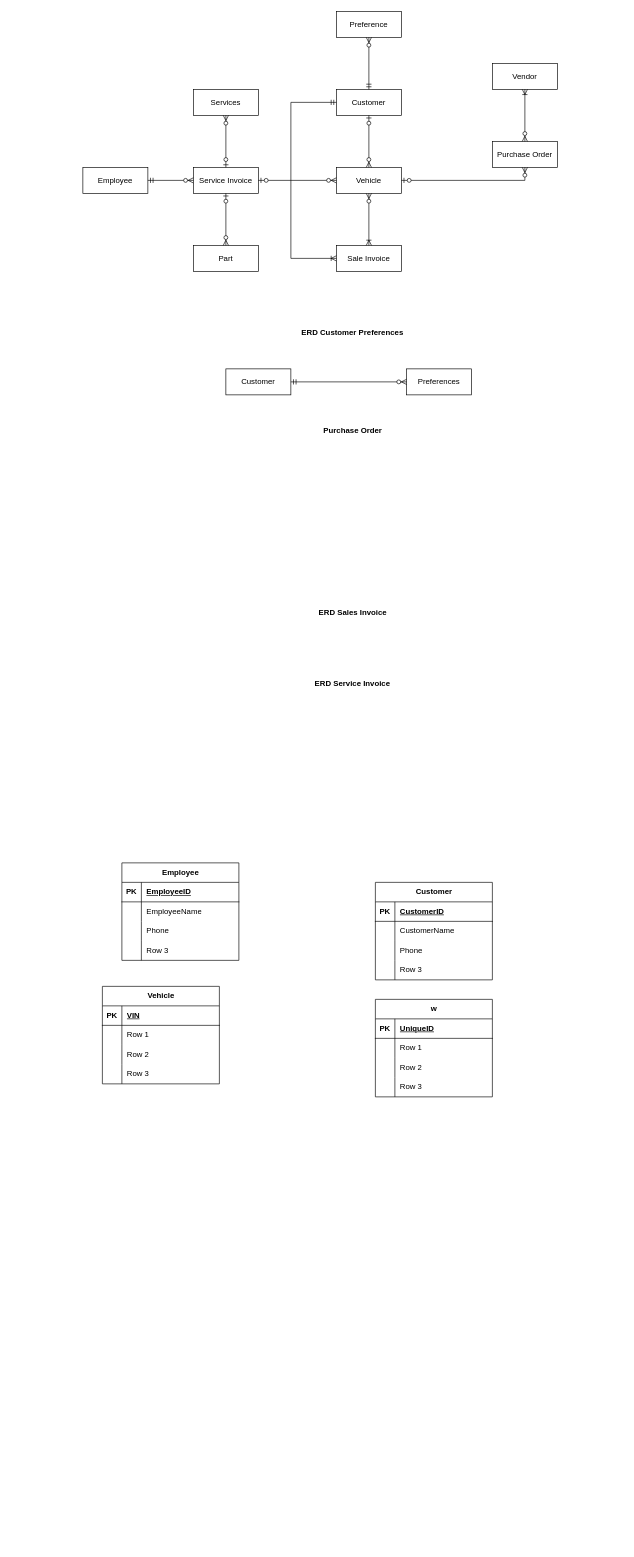
Before: ERDProject.drawio in jocamp11/BUS393Project, a draw.io diagram. Source tidied: cells renumbered, new cells numbered last; positions are measured from the earlier drawing's top-left corner, leaving out a move shared by most shapes. Both pictures are drawn from the tidied source at 65%, with x=0, y=0 at pixel (83, 11).
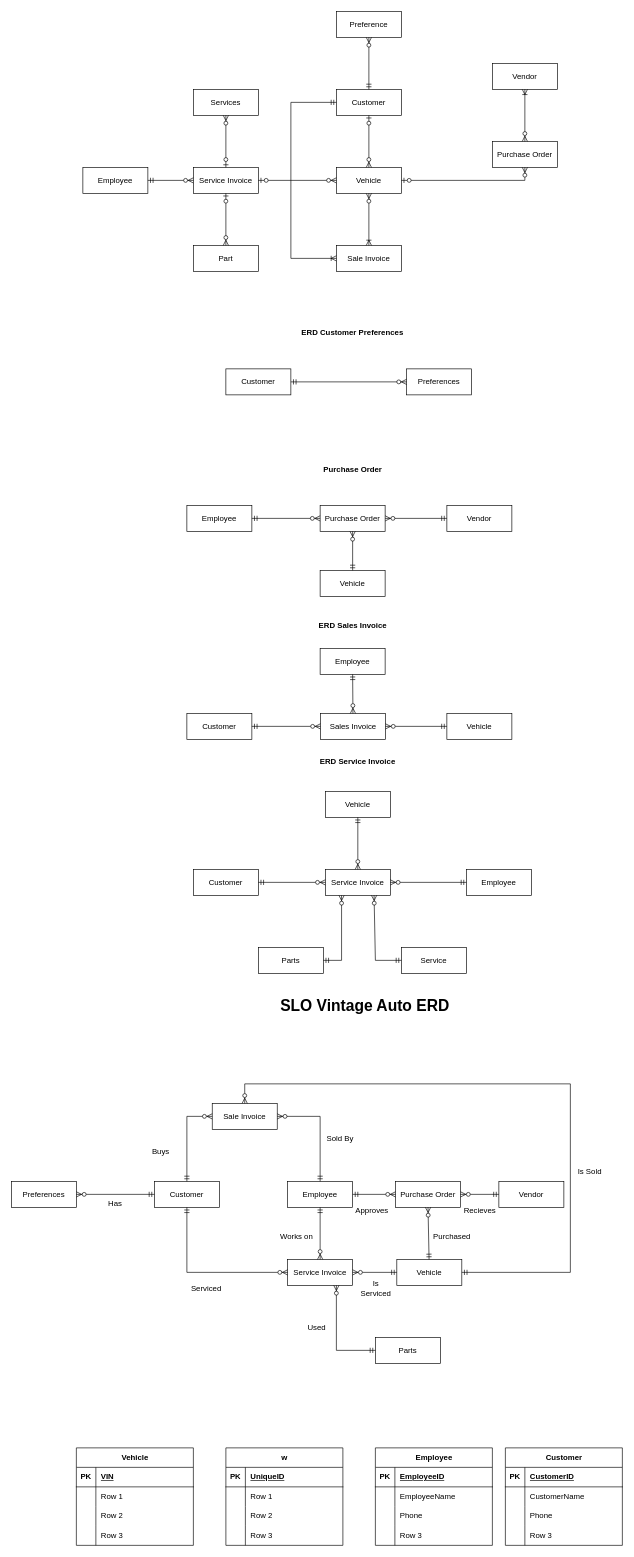
The same page after the edit.

What changed in the source:
```diff
@@
     <mxCell id="11" value="Employee" style="shape=table;startSize=30;childLayout=tableLayout;rowLines=0;fontStyle=1;align=center;html=1;" parent="1" vertex="1">
-      <mxGeometry x="60" y="1310" width="180" height="150" as="geometry" />
+      <mxGeometry x="450" y="2210" width="180" height="150" as="geometry" />
     </mxCell>
@@
     <mxCell id="24" value="Customer" style="shape=table;startSize=30;childLayout=tableLayout;rowLines=0;fontStyle=1;align=center;html=1;" parent="1" vertex="1">
-      <mxGeometry x="450" y="1340" width="180" height="150" as="geometry" />
+      <mxGeometry x="650" y="2210" width="180" height="150" as="geometry" />
     </mxCell>
@@
     <mxCell id="47" value="Vehicle" style="shape=table;startSize=30;childLayout=tableLayout;rowLines=0;fontStyle=1;align=center;html=1;" parent="1" vertex="1">
-      <mxGeometry x="30" y="1500" width="180" height="150" as="geometry" />
+      <mxGeometry x="-10" y="2210" width="180" height="150" as="geometry" />
     </mxCell>
@@
     <mxCell id="60" value="w" style="shape=table;startSize=30;childLayout=tableLayout;rowLines=0;fontStyle=1;align=center;html=1;" parent="1" vertex="1">
-      <mxGeometry x="450" y="1520" width="180" height="150" as="geometry" />
+      <mxGeometry x="220" y="2210" width="180" height="150" as="geometry" />
     </mxCell>
@@
     <mxCell id="75" value="&lt;b&gt;ERD Sales Invoice&lt;/b&gt;" style="text;html=1;strokeColor=none;fillColor=none;align=center;verticalAlign=middle;whiteSpace=wrap;rounded=0;" parent="1" vertex="1">
-      <mxGeometry x="333" y="910" width="165" height="30" as="geometry" />
+      <mxGeometry x="333" y="930" width="165" height="30" as="geometry" />
     </mxCell>
     <mxCell id="76" value="&lt;b&gt;ERD Service Invoice&lt;/b&gt;" style="text;html=1;strokeColor=none;fillColor=none;align=center;verticalAlign=middle;whiteSpace=wrap;rounded=0;" parent="1" vertex="1">
-      <mxGeometry x="325" y="1020" width="180" height="30" as="geometry" />
+      <mxGeometry x="333" y="1140" width="180" height="30" as="geometry" />
     </mxCell>
     <mxCell id="77" value="&lt;b&gt;Purchase Order&lt;/b&gt;" style="text;html=1;strokeColor=none;fillColor=none;align=center;verticalAlign=middle;whiteSpace=wrap;rounded=0;" parent="1" vertex="1">
-      <mxGeometry x="348" y="630" width="135" height="30" as="geometry" />
+      <mxGeometry x="348" y="690" width="135" height="30" as="geometry" />
     </mxCell>
@@
+    <mxCell id="81" value="Employee" style="whiteSpace=wrap;html=1;align=center;" parent="1" vertex="1">
+      <mxGeometry x="160" y="760" width="100" height="40" as="geometry" />
+    </mxCell>
+    <mxCell id="82" value="Purchase Order" style="whiteSpace=wrap;html=1;align=center;" parent="1" vertex="1">
+      <mxGeometry x="365" y="760" width="100" height="40" as="geometry" />
+    </mxCell>
+    <mxCell id="83" value="Vendor" style="whiteSpace=wrap;html=1;align=center;" parent="1" vertex="1">
+      <mxGeometry x="560" y="760" width="100" height="40" as="geometry" />
+    </mxCell>
+    <mxCell id="84" value="Vehicle" style="whiteSpace=wrap;html=1;align=center;" parent="1" vertex="1">
+      <mxGeometry x="365" y="860" width="100" height="40" as="geometry" />
+    </mxCell>
+    <mxCell id="85" value="Sales Invoice" style="whiteSpace=wrap;html=1;align=center;" parent="1" vertex="1">
+      <mxGeometry x="365.5" y="1080" width="100" height="40" as="geometry" />
+    </mxCell>
+    <mxCell id="86" value="Customer" style="whiteSpace=wrap;html=1;align=center;" parent="1" vertex="1">
+      <mxGeometry x="160" y="1080" width="100" height="40" as="geometry" />
+    </mxCell>
+    <mxCell id="87" value="Employee" style="whiteSpace=wrap;html=1;align=center;" parent="1" vertex="1">
+      <mxGeometry x="365" y="980" width="100" height="40" as="geometry" />
+    </mxCell>
+    <mxCell id="88" value="Vehicle" style="whiteSpace=wrap;html=1;align=center;" parent="1" vertex="1">
+      <mxGeometry x="560" y="1080" width="100" height="40" as="geometry" />
+    </mxCell>
+    <mxCell id="89" value="Service Invoice" style="whiteSpace=wrap;html=1;align=center;" parent="1" vertex="1">
+      <mxGeometry x="373" y="1320" width="100" height="40" as="geometry" />
+    </mxCell>
+    <mxCell id="90" value="Customer" style="whiteSpace=wrap;html=1;align=center;" parent="1" vertex="1">
+      <mxGeometry x="170" y="1320" width="100" height="40" as="geometry" />
+    </mxCell>
+    <mxCell id="91" value="Parts" style="whiteSpace=wrap;html=1;align=center;" parent="1" vertex="1">
+      <mxGeometry x="270" y="1440" width="100" height="40" as="geometry" />
+    </mxCell>
+    <mxCell id="92" value="Service" style="whiteSpace=wrap;html=1;align=center;" parent="1" vertex="1">
+      <mxGeometry x="490" y="1440" width="100" height="40" as="geometry" />
+    </mxCell>
+    <mxCell id="93" value="Employee" style="whiteSpace=wrap;html=1;align=center;" parent="1" vertex="1">
+      <mxGeometry x="590" y="1320" width="100" height="40" as="geometry" />
+    </mxCell>
+    <mxCell id="94" value="&lt;div&gt;Vehicle&lt;/div&gt;" style="whiteSpace=wrap;html=1;align=center;" parent="1" vertex="1">
+      <mxGeometry x="373" y="1200" width="100" height="40" as="geometry" />
+    </mxCell>
+    <mxCell id="95" style="fontSize=12;html=1;endArrow=ERzeroToMany;startArrow=ERmandOne;rounded=0;exitX=0.5;exitY=1;exitDx=0;exitDy=0;entryX=0.5;entryY=0;entryDx=0;entryDy=0;" parent="1" edge="1" source="94" target="89">
+      <mxGeometry relative="1" as="geometry" />
+    </mxCell>
+    <mxCell id="96" style="fontSize=12;html=1;endArrow=ERzeroToMany;startArrow=ERmandOne;rounded=0;exitX=1;exitY=0.5;exitDx=0;exitDy=0;entryX=0.25;entryY=1;entryDx=0;entryDy=0;" parent="1" edge="1" source="91" target="89">
+      <mxGeometry relative="1" as="geometry">
+        <Array as="points">
+          <mxPoint x="398" y="1460" />
+        </Array>
+      </mxGeometry>
+    </mxCell>
+    <mxCell id="97" style="fontSize=12;html=1;endArrow=ERzeroToMany;startArrow=ERmandOne;rounded=0;exitX=0;exitY=0.5;exitDx=0;exitDy=0;entryX=0.75;entryY=1;entryDx=0;entryDy=0;" parent="1" edge="1" source="92" target="89">
+      <mxGeometry relative="1" as="geometry">
+        <Array as="points">
+          <mxPoint x="450" y="1460" />
+        </Array>
+      </mxGeometry>
+    </mxCell>
+    <mxCell id="98" style="fontSize=12;html=1;endArrow=ERzeroToMany;startArrow=ERmandOne;rounded=0;entryX=0;entryY=0.5;entryDx=0;entryDy=0;" parent="1" edge="1" target="89">
+      <mxGeometry relative="1" as="geometry">
+        <mxPoint x="270" y="1340" as="sourcePoint" />
+      </mxGeometry>
+    </mxCell>
+    <mxCell id="99" style="fontSize=12;html=1;endArrow=ERzeroToMany;startArrow=ERmandOne;rounded=0;entryX=1;entryY=0.5;entryDx=0;entryDy=0;exitX=0;exitY=0.5;exitDx=0;exitDy=0;" parent="1" edge="1" source="93" target="89">
+      <mxGeometry relative="1" as="geometry" />
+    </mxCell>
+    <mxCell id="100" style="fontSize=12;html=1;endArrow=ERzeroToMany;startArrow=ERmandOne;rounded=0;exitX=0.5;exitY=1;exitDx=0;exitDy=0;entryX=0.5;entryY=0;entryDx=0;entryDy=0;" parent="1" edge="1" source="87" target="85">
+      <mxGeometry relative="1" as="geometry" />
+    </mxCell>
+    <mxCell id="101" style="fontSize=12;html=1;endArrow=ERzeroToMany;startArrow=ERmandOne;rounded=0;entryX=1;entryY=0.5;entryDx=0;entryDy=0;exitX=0;exitY=0.5;exitDx=0;exitDy=0;" parent="1" edge="1" source="88" target="85">
+      <mxGeometry relative="1" as="geometry" />
+    </mxCell>
+    <mxCell id="102" style="fontSize=12;html=1;endArrow=ERzeroToMany;startArrow=ERmandOne;rounded=0;entryX=0;entryY=0.5;entryDx=0;entryDy=0;exitX=1;exitY=0.5;exitDx=0;exitDy=0;" parent="1" edge="1" source="86" target="85">
+      <mxGeometry relative="1" as="geometry" />
+    </mxCell>
+    <mxCell id="103" style="fontSize=12;html=1;endArrow=ERzeroToMany;startArrow=ERmandOne;rounded=0;entryX=0;entryY=0.5;entryDx=0;entryDy=0;exitX=1;exitY=0.5;exitDx=0;exitDy=0;" parent="1" edge="1" source="81" target="82">
+      <mxGeometry relative="1" as="geometry" />
+    </mxCell>
+    <mxCell id="104" style="fontSize=12;html=1;endArrow=ERzeroToMany;startArrow=ERmandOne;rounded=0;entryX=0.5;entryY=1;entryDx=0;entryDy=0;" parent="1" edge="1" source="84" target="82">
+      <mxGeometry relative="1" as="geometry" />
+    </mxCell>
+    <mxCell id="105" style="fontSize=12;html=1;endArrow=ERzeroToMany;startArrow=ERmandOne;rounded=0;entryX=1;entryY=0.5;entryDx=0;entryDy=0;exitX=0;exitY=0.5;exitDx=0;exitDy=0;" parent="1" edge="1" source="83" target="82">
+      <mxGeometry relative="1" as="geometry" />
+    </mxCell>
+    <mxCell id="106" value="&lt;h1&gt;SLO Vintage Auto ERD&lt;/h1&gt;&lt;p&gt;&lt;br&gt;&lt;/p&gt;" style="text;html=1;strokeColor=none;fillColor=none;spacing=5;spacingTop=-20;whiteSpace=wrap;overflow=hidden;rounded=0;" parent="1" vertex="1">
+      <mxGeometry x="299" y="1510" width="282" height="40" as="geometry" />
+    </mxCell>
+    <mxCell id="107" value="Customer" style="whiteSpace=wrap;html=1;align=center;" parent="1" vertex="1">
+      <mxGeometry x="110" y="1800" width="100" height="40" as="geometry" />
+    </mxCell>
+    <mxCell id="108" value="&lt;div&gt;Preferences&lt;/div&gt;" style="whiteSpace=wrap;html=1;align=center;" parent="1" vertex="1">
+      <mxGeometry x="-110" y="1800" width="100" height="40" as="geometry" />
+    </mxCell>
+    <mxCell id="109" style="fontSize=12;html=1;endArrow=ERzeroToMany;startArrow=ERmandOne;rounded=0;entryX=1;entryY=0.5;entryDx=0;entryDy=0;exitX=0;exitY=0.5;exitDx=0;exitDy=0;" parent="1" edge="1" source="107" target="108">
+      <mxGeometry relative="1" as="geometry" />
+    </mxCell>
+    <mxCell id="110" value="&lt;div&gt;Purchase Order&lt;/div&gt;" style="whiteSpace=wrap;html=1;align=center;" parent="1" vertex="1">
+      <mxGeometry x="481" y="1800" width="100" height="40" as="geometry" />
+    </mxCell>
+    <mxCell id="111" value="Sale Invoice" style="whiteSpace=wrap;html=1;align=center;" parent="1" vertex="1">
+      <mxGeometry x="199" y="1680" width="100" height="40" as="geometry" />
+    </mxCell>
+    <mxCell id="112" value="&lt;div&gt;Service Invoice&lt;/div&gt;" style="whiteSpace=wrap;html=1;align=center;" parent="1" vertex="1">
+      <mxGeometry x="315" y="1920" width="100" height="40" as="geometry" />
+    </mxCell>
+    <mxCell id="113" style="fontSize=12;html=1;endArrow=ERzeroToMany;startArrow=ERmandOne;rounded=0;entryX=0;entryY=0.5;entryDx=0;entryDy=0;exitX=0.5;exitY=0;exitDx=0;exitDy=0;" parent="1" edge="1" source="107" target="111">
+      <mxGeometry relative="1" as="geometry">
+        <Array as="points">
+          <mxPoint x="160" y="1700" />
+        </Array>
+      </mxGeometry>
+    </mxCell>
+    <mxCell id="114" style="fontSize=12;html=1;endArrow=ERzeroToMany;startArrow=ERmandOne;rounded=0;entryX=0;entryY=0.5;entryDx=0;entryDy=0;exitX=0.5;exitY=1;exitDx=0;exitDy=0;" parent="1" edge="1" source="107" target="112">
+      <mxGeometry relative="1" as="geometry">
+        <Array as="points">
+          <mxPoint x="160" y="1940" />
+        </Array>
+      </mxGeometry>
+    </mxCell>
+    <mxCell id="115" value="Vendor" style="whiteSpace=wrap;html=1;align=center;" parent="1" vertex="1">
+      <mxGeometry x="640" y="1800" width="100" height="40" as="geometry" />
+    </mxCell>
+    <mxCell id="116" style="fontSize=12;html=1;endArrow=ERzeroToMany;startArrow=ERmandOne;rounded=0;entryX=1;entryY=0.5;entryDx=0;entryDy=0;exitX=0;exitY=0.5;exitDx=0;exitDy=0;" parent="1" edge="1" source="115" target="110">
+      <mxGeometry relative="1" as="geometry" />
+    </mxCell>
+    <mxCell id="117" value="Employee" style="whiteSpace=wrap;html=1;align=center;" parent="1" vertex="1">
+      <mxGeometry x="315" y="1800" width="100" height="40" as="geometry" />
+    </mxCell>
+    <mxCell id="118" style="fontSize=12;html=1;endArrow=ERzeroToMany;startArrow=ERmandOne;rounded=0;entryX=0;entryY=0.5;entryDx=0;entryDy=0;exitX=1;exitY=0.5;exitDx=0;exitDy=0;" parent="1" edge="1" source="117" target="110">
+      <mxGeometry relative="1" as="geometry" />
+    </mxCell>
+    <mxCell id="119" value="Parts" style="whiteSpace=wrap;html=1;align=center;" parent="1" vertex="1">
+      <mxGeometry x="450" y="2040" width="100" height="40" as="geometry" />
+    </mxCell>
+    <mxCell id="120" style="fontSize=12;html=1;endArrow=ERzeroToMany;startArrow=ERmandOne;rounded=0;entryX=0.75;entryY=1;entryDx=0;entryDy=0;exitX=0;exitY=0.5;exitDx=0;exitDy=0;" parent="1" edge="1" source="119" target="112">
+      <mxGeometry relative="1" as="geometry">
+        <Array as="points">
+          <mxPoint x="390" y="2060" />
+        </Array>
+      </mxGeometry>
+    </mxCell>
+    <mxCell id="121" style="fontSize=12;html=1;endArrow=ERzeroToMany;startArrow=ERmandOne;rounded=0;entryX=0.5;entryY=0;entryDx=0;entryDy=0;exitX=0.5;exitY=1;exitDx=0;exitDy=0;" parent="1" edge="1" source="117" target="112">
+      <mxGeometry relative="1" as="geometry" />
+    </mxCell>
+    <mxCell id="122" style="fontSize=12;html=1;endArrow=ERzeroToMany;startArrow=ERmandOne;rounded=0;entryX=1;entryY=0.5;entryDx=0;entryDy=0;exitX=0.5;exitY=0;exitDx=0;exitDy=0;" parent="1" edge="1" source="117" target="111">
+      <mxGeometry relative="1" as="geometry">
+        <Array as="points">
+          <mxPoint x="365" y="1700" />
+        </Array>
+      </mxGeometry>
+    </mxCell>
+    <mxCell id="123" value="Vehicle" style="whiteSpace=wrap;html=1;align=center;" parent="1" vertex="1">
+      <mxGeometry x="483" y="1920" width="100" height="40" as="geometry" />
+    </mxCell>
+    <mxCell id="124" style="fontSize=12;html=1;endArrow=ERzeroToMany;startArrow=ERmandOne;rounded=0;entryX=0.5;entryY=1;entryDx=0;entryDy=0;" parent="1" edge="1" source="123" target="110">
+      <mxGeometry relative="1" as="geometry" />
+    </mxCell>
+    <mxCell id="125" style="fontSize=12;html=1;endArrow=ERzeroToMany;startArrow=ERmandOne;rounded=0;entryX=1;entryY=0.5;entryDx=0;entryDy=0;exitX=0;exitY=0.5;exitDx=0;exitDy=0;" parent="1" edge="1" source="123" target="112">
+      <mxGeometry relative="1" as="geometry" />
+    </mxCell>
+    <mxCell id="126" style="fontSize=12;html=1;endArrow=ERzeroToMany;startArrow=ERmandOne;rounded=0;exitX=1;exitY=0.5;exitDx=0;exitDy=0;entryX=0.5;entryY=0;entryDx=0;entryDy=0;" parent="1" edge="1" source="123" target="111">
+      <mxGeometry relative="1" as="geometry">
+        <Array as="points">
+          <mxPoint x="750" y="1940" />
+          <mxPoint x="750" y="1650" />
+          <mxPoint x="249" y="1650" />
+        </Array>
+      </mxGeometry>
+    </mxCell>
+    <mxCell id="127" value="Has" style="text;html=1;strokeColor=none;fillColor=none;align=center;verticalAlign=middle;whiteSpace=wrap;rounded=0;" parent="1" vertex="1">
+      <mxGeometry x="20" y="1820" width="60" height="30" as="geometry" />
+    </mxCell>
+    <mxCell id="128" value="Approves" style="text;html=1;strokeColor=none;fillColor=none;align=center;verticalAlign=middle;whiteSpace=wrap;rounded=0;" parent="1" vertex="1">
+      <mxGeometry x="415" y="1830" width="60" height="30" as="geometry" />
+    </mxCell>
+    <mxCell id="129" value="Recieves" style="text;html=1;strokeColor=none;fillColor=none;align=center;verticalAlign=middle;whiteSpace=wrap;rounded=0;" parent="1" vertex="1">
+      <mxGeometry x="581" y="1830" width="60" height="30" as="geometry" />
+    </mxCell>
+    <mxCell id="130" value="Is Serviced" style="text;html=1;strokeColor=none;fillColor=none;align=center;verticalAlign=middle;whiteSpace=wrap;rounded=0;" parent="1" vertex="1">
+      <mxGeometry x="421" y="1950" width="60" height="30" as="geometry" />
+    </mxCell>
+    <mxCell id="131" value="Purchased" style="text;html=1;strokeColor=none;fillColor=none;align=center;verticalAlign=middle;whiteSpace=wrap;rounded=0;" parent="1" vertex="1">
+      <mxGeometry x="538" y="1870" width="60" height="30" as="geometry" />
+    </mxCell>
+    <mxCell id="132" value="Works on" style="text;html=1;strokeColor=none;fillColor=none;align=center;verticalAlign=middle;whiteSpace=wrap;rounded=0;" parent="1" vertex="1">
+      <mxGeometry x="299" y="1870" width="60" height="30" as="geometry" />
+    </mxCell>
+    <mxCell id="133" value="Is Sold" style="text;html=1;strokeColor=none;fillColor=none;align=center;verticalAlign=middle;whiteSpace=wrap;rounded=0;" parent="1" vertex="1">
+      <mxGeometry x="750" y="1770" width="60" height="30" as="geometry" />
+    </mxCell>
+    <mxCell id="134" value="Sold By" style="text;html=1;strokeColor=none;fillColor=none;align=center;verticalAlign=middle;whiteSpace=wrap;rounded=0;" parent="1" vertex="1">
+      <mxGeometry x="365.5" y="1720" width="60" height="30" as="geometry" />
+    </mxCell>
+    <mxCell id="135" value="Buys" style="text;html=1;strokeColor=none;fillColor=none;align=center;verticalAlign=middle;whiteSpace=wrap;rounded=0;" parent="1" vertex="1">
+      <mxGeometry x="90" y="1740" width="60" height="30" as="geometry" />
+    </mxCell>
+    <mxCell id="136" value="Serviced" style="text;html=1;strokeColor=none;fillColor=none;align=center;verticalAlign=middle;whiteSpace=wrap;rounded=0;" parent="1" vertex="1">
+      <mxGeometry x="160" y="1950" width="60" height="30" as="geometry" />
+    </mxCell>
+    <mxCell id="137" value="Used" style="text;html=1;strokeColor=none;fillColor=none;align=center;verticalAlign=middle;whiteSpace=wrap;rounded=0;" parent="1" vertex="1">
+      <mxGeometry x="330" y="2010" width="60" height="30" as="geometry" />
+    </mxCell>
```
